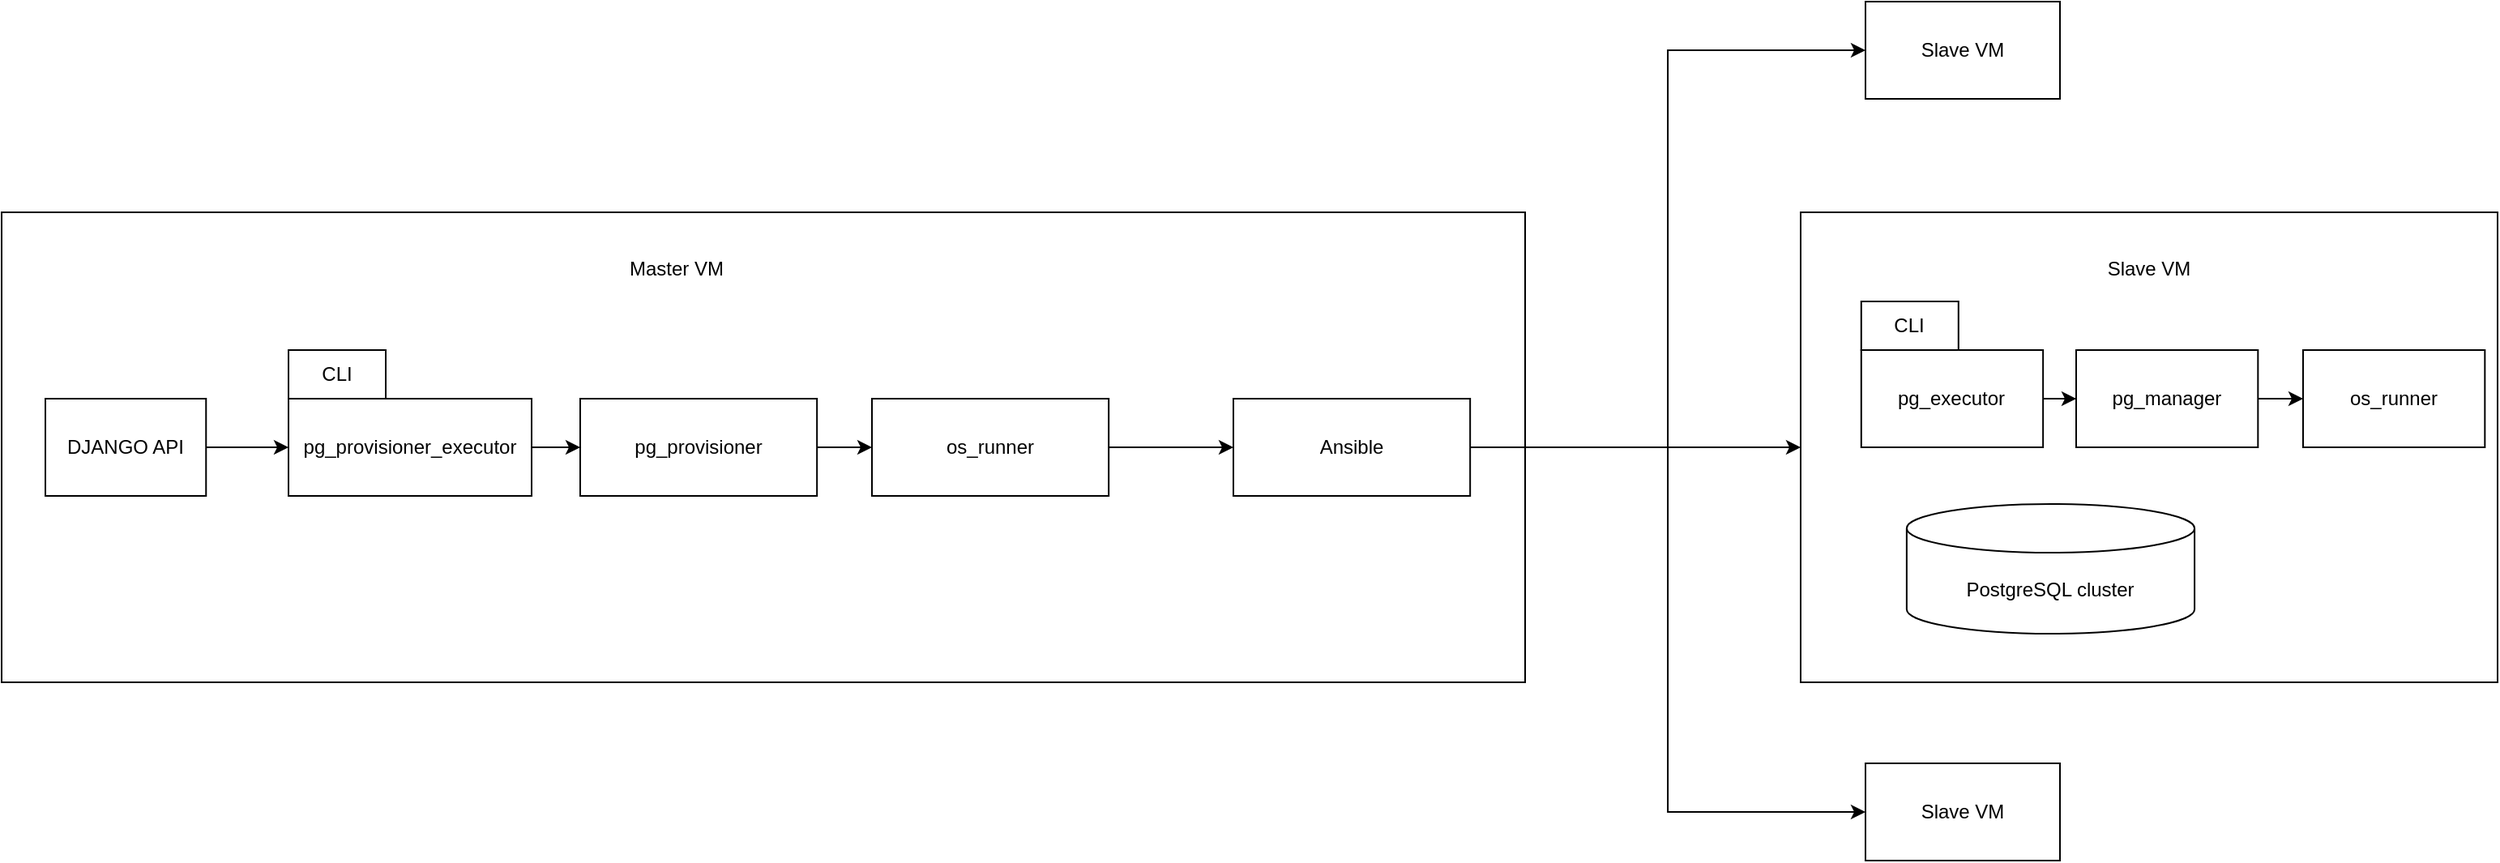
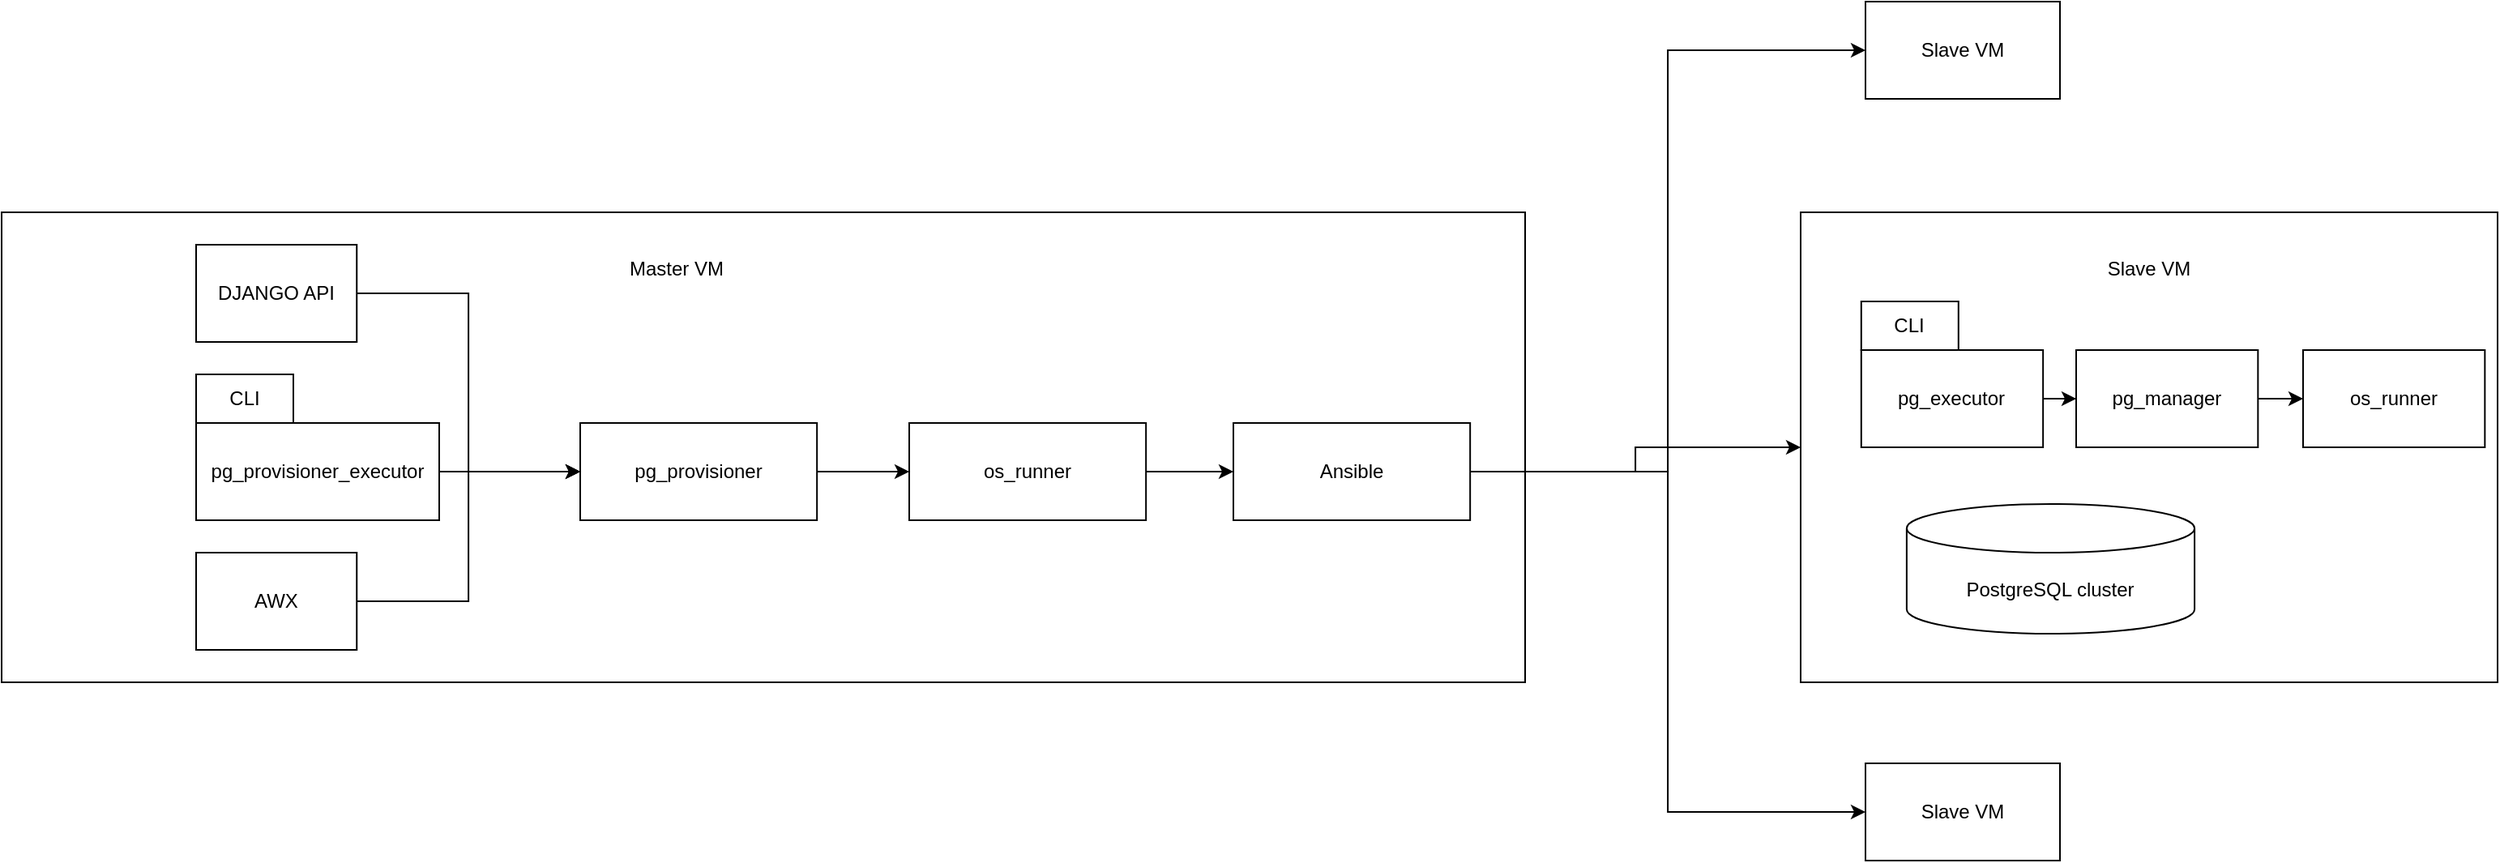
<mxfile host="app.diagrams.net">
  <diagram name="Page-1" id="cLOvqCLRjx4fJQ54lgcg">
-     <mxGraphModel dx="2491" dy="914" grid="1" gridSize="10" guides="1" tooltips="1" connect="1" arrows="1" fold="1" page="1" pageScale="1" pageWidth="827" pageHeight="1169" math="0" shadow="0">
+     <mxGraphModel dx="2398" dy="863" grid="1" gridSize="10" guides="1" tooltips="1" connect="1" arrows="1" fold="1" page="1" pageScale="1" pageWidth="827" pageHeight="1169" math="0" shadow="0">
      <root>
        <mxCell id="0" />
        <mxCell id="1" parent="0" />
        <mxCell id="ZEulyScw2mOVDSOQwM1t-7" connectable="0" parent="1" style="group" value="" vertex="1">
          <mxGeometry height="290" width="430" x="840" y="480" as="geometry" />
        </mxCell>
        <mxCell id="ZEulyScw2mOVDSOQwM1t-5" parent="ZEulyScw2mOVDSOQwM1t-7" style="rounded=0;whiteSpace=wrap;html=1;" value="" vertex="1">
          <mxGeometry height="290" width="430" as="geometry" />
        </mxCell>
        <mxCell id="ZEulyScw2mOVDSOQwM1t-6" parent="ZEulyScw2mOVDSOQwM1t-7" style="text;html=1;whiteSpace=wrap;strokeColor=none;fillColor=none;align=center;verticalAlign=middle;rounded=0;" value="Slave VM" vertex="1">
          <mxGeometry height="30" width="56.08695652173913" x="186.9565217391304" y="20" as="geometry" />
        </mxCell>
        <mxCell id="ZEulyScw2mOVDSOQwM1t-23" edge="1" parent="ZEulyScw2mOVDSOQwM1t-7" source="ZEulyScw2mOVDSOQwM1t-2" style="edgeStyle=orthogonalEdgeStyle;rounded=0;orthogonalLoop=1;jettySize=auto;html=1;exitX=1;exitY=0.5;exitDx=0;exitDy=0;" target="ZEulyScw2mOVDSOQwM1t-3">
          <mxGeometry relative="1" as="geometry" />
        </mxCell>
        <mxCell id="ZEulyScw2mOVDSOQwM1t-2" parent="ZEulyScw2mOVDSOQwM1t-7" style="rounded=0;whiteSpace=wrap;html=1;" value="pg_executor" vertex="1">
          <mxGeometry height="60" width="112.17391304347827" x="37.391304347826086" y="85" as="geometry" />
        </mxCell>
        <mxCell id="ZEulyScw2mOVDSOQwM1t-35" edge="1" parent="ZEulyScw2mOVDSOQwM1t-7" source="ZEulyScw2mOVDSOQwM1t-3" style="edgeStyle=orthogonalEdgeStyle;rounded=0;orthogonalLoop=1;jettySize=auto;html=1;exitX=1;exitY=0.5;exitDx=0;exitDy=0;entryX=0;entryY=0.5;entryDx=0;entryDy=0;" target="ZEulyScw2mOVDSOQwM1t-34">
          <mxGeometry relative="1" as="geometry" />
        </mxCell>
        <mxCell id="ZEulyScw2mOVDSOQwM1t-3" parent="ZEulyScw2mOVDSOQwM1t-7" style="rounded=0;whiteSpace=wrap;html=1;" value="pg_manager" vertex="1">
          <mxGeometry height="60" width="112.17391304347827" x="169.9965217391304" y="85" as="geometry" />
        </mxCell>
        <mxCell id="ZEulyScw2mOVDSOQwM1t-8" parent="ZEulyScw2mOVDSOQwM1t-7" style="shape=cylinder3;whiteSpace=wrap;html=1;boundedLbl=1;backgroundOutline=1;size=15;" value="PostgreSQL cluster" vertex="1">
          <mxGeometry height="80" width="177.6086956521739" x="65.43478260869566" y="180" as="geometry" />
        </mxCell>
        <mxCell id="ZEulyScw2mOVDSOQwM1t-28" parent="ZEulyScw2mOVDSOQwM1t-7" style="text;html=1;whiteSpace=wrap;strokeColor=default;fillColor=none;align=center;verticalAlign=middle;rounded=0;" value="CLI" vertex="1">
          <mxGeometry height="30" width="60" x="37.389999999999986" y="55" as="geometry" />
        </mxCell>
        <mxCell id="ZEulyScw2mOVDSOQwM1t-34" parent="ZEulyScw2mOVDSOQwM1t-7" style="rounded=0;whiteSpace=wrap;html=1;" value="os_runner" vertex="1">
          <mxGeometry height="60" width="112.17391304347827" x="309.9965217391304" y="85" as="geometry" />
        </mxCell>
        <mxCell id="ZEulyScw2mOVDSOQwM1t-9" connectable="0" parent="1" style="group" value="" vertex="1">
          <mxGeometry height="290" width="560" x="110" y="480" as="geometry" />
        </mxCell>
        <mxCell id="ZEulyScw2mOVDSOQwM1t-10" parent="ZEulyScw2mOVDSOQwM1t-9" style="rounded=0;whiteSpace=wrap;html=1;" value="" vertex="1">
          <mxGeometry height="290" width="940" x="-380" as="geometry" />
        </mxCell>
        <mxCell id="ZEulyScw2mOVDSOQwM1t-11" parent="ZEulyScw2mOVDSOQwM1t-9" style="text;html=1;whiteSpace=wrap;strokeColor=none;fillColor=none;align=center;verticalAlign=middle;rounded=0;" value="Master VM" vertex="1">
          <mxGeometry height="30" width="73.04347826086956" x="0.47826086956524705" y="20" as="geometry" />
        </mxCell>
        <mxCell id="ZEulyScw2mOVDSOQwM1t-36" edge="1" parent="ZEulyScw2mOVDSOQwM1t-9" source="ZEulyScw2mOVDSOQwM1t-13" style="edgeStyle=orthogonalEdgeStyle;rounded=0;orthogonalLoop=1;jettySize=auto;html=1;exitX=1;exitY=0.5;exitDx=0;exitDy=0;entryX=0;entryY=0.5;entryDx=0;entryDy=0;" target="ZEulyScw2mOVDSOQwM1t-33">
          <mxGeometry relative="1" as="geometry" />
        </mxCell>
        <mxCell id="ZEulyScw2mOVDSOQwM1t-13" parent="ZEulyScw2mOVDSOQwM1t-9" style="rounded=0;whiteSpace=wrap;html=1;" value="pg_provisioner" vertex="1">
-           <mxGeometry height="60" width="146.08695652173913" x="-23.004347826086928" y="115" as="geometry" />
-         </mxCell>
-         <mxCell id="ZEulyScw2mOVDSOQwM1t-32" edge="1" parent="ZEulyScw2mOVDSOQwM1t-9" source="ZEulyScw2mOVDSOQwM1t-29" style="edgeStyle=orthogonalEdgeStyle;rounded=0;orthogonalLoop=1;jettySize=auto;html=1;exitX=1;exitY=0.5;exitDx=0;exitDy=0;entryX=0;entryY=0.5;entryDx=0;entryDy=0;" target="ZEulyScw2mOVDSOQwM1t-13">
-           <mxGeometry relative="1" as="geometry" />
-         </mxCell>
-         <mxCell id="ZEulyScw2mOVDSOQwM1t-29" parent="ZEulyScw2mOVDSOQwM1t-9" style="rounded=0;whiteSpace=wrap;html=1;" value="pg_provisioner_executor" vertex="1">
-           <mxGeometry height="60" width="150" x="-203" y="115" as="geometry" />
-         </mxCell>
-         <mxCell id="ZEulyScw2mOVDSOQwM1t-30" parent="ZEulyScw2mOVDSOQwM1t-9" style="text;html=1;whiteSpace=wrap;strokeColor=default;fillColor=none;align=center;verticalAlign=middle;rounded=0;" value="CLI" vertex="1">
-           <mxGeometry height="30" width="60" x="-203" y="85" as="geometry" />
-         </mxCell>
-         <mxCell id="ZEulyScw2mOVDSOQwM1t-1" parent="ZEulyScw2mOVDSOQwM1t-9" style="rounded=0;whiteSpace=wrap;html=1;" value="DJANGO API" vertex="1">
-           <mxGeometry height="60" width="99.13" x="-353" y="115" as="geometry" />
-         </mxCell>
-         <mxCell id="ZEulyScw2mOVDSOQwM1t-31" edge="1" parent="ZEulyScw2mOVDSOQwM1t-9" source="ZEulyScw2mOVDSOQwM1t-1" style="edgeStyle=orthogonalEdgeStyle;rounded=0;orthogonalLoop=1;jettySize=auto;html=1;exitX=1;exitY=0.5;exitDx=0;exitDy=0;" target="ZEulyScw2mOVDSOQwM1t-29">
-           <mxGeometry relative="1" as="geometry" />
+           <mxGeometry height="60" width="146.08695652173913" x="-23.004347826086928" y="130" as="geometry" />
        </mxCell>
        <mxCell id="ZEulyScw2mOVDSOQwM1t-39" edge="1" parent="ZEulyScw2mOVDSOQwM1t-9" source="ZEulyScw2mOVDSOQwM1t-33" style="edgeStyle=orthogonalEdgeStyle;rounded=0;orthogonalLoop=1;jettySize=auto;html=1;exitX=1;exitY=0.5;exitDx=0;exitDy=0;" target="ZEulyScw2mOVDSOQwM1t-38">
          <mxGeometry relative="1" as="geometry" />
        </mxCell>
        <mxCell id="ZEulyScw2mOVDSOQwM1t-33" parent="ZEulyScw2mOVDSOQwM1t-9" style="rounded=0;whiteSpace=wrap;html=1;" value="os_runner" vertex="1">
-           <mxGeometry height="60" width="146.08695652173913" x="156.99565217391307" y="115" as="geometry" />
+           <mxGeometry height="60" width="146.08695652173913" x="179.99565217391307" y="130" as="geometry" />
        </mxCell>
        <mxCell id="ZEulyScw2mOVDSOQwM1t-38" parent="ZEulyScw2mOVDSOQwM1t-9" style="rounded=0;whiteSpace=wrap;html=1;" value="Ansible" vertex="1">
-           <mxGeometry height="60" width="146.08695652173913" x="379.9956521739131" y="115" as="geometry" />
+           <mxGeometry height="60" width="146.08695652173913" x="379.9956521739131" y="130" as="geometry" />
+         </mxCell>
+         <mxCell id="ZEulyScw2mOVDSOQwM1t-30" parent="ZEulyScw2mOVDSOQwM1t-9" style="text;html=1;whiteSpace=wrap;strokeColor=default;fillColor=none;align=center;verticalAlign=middle;rounded=0;" value="CLI" vertex="1">
+           <mxGeometry height="30" width="60" x="-260" y="100" as="geometry" />
+         </mxCell>
+         <mxCell id="jA53KYDc9CuyyDMKv3_h-2" edge="1" parent="ZEulyScw2mOVDSOQwM1t-9" source="ZEulyScw2mOVDSOQwM1t-29" style="edgeStyle=orthogonalEdgeStyle;rounded=0;orthogonalLoop=1;jettySize=auto;html=1;exitX=1;exitY=0.5;exitDx=0;exitDy=0;entryX=0;entryY=0.5;entryDx=0;entryDy=0;" target="ZEulyScw2mOVDSOQwM1t-13">
+           <mxGeometry relative="1" as="geometry" />
+         </mxCell>
+         <mxCell id="ZEulyScw2mOVDSOQwM1t-29" parent="ZEulyScw2mOVDSOQwM1t-9" style="rounded=0;whiteSpace=wrap;html=1;" value="pg_provisioner_executor" vertex="1">
+           <mxGeometry height="60" width="150" x="-260" y="130" as="geometry" />
+         </mxCell>
+         <mxCell id="jA53KYDc9CuyyDMKv3_h-5" edge="1" parent="ZEulyScw2mOVDSOQwM1t-9" source="jA53KYDc9CuyyDMKv3_h-1" style="edgeStyle=orthogonalEdgeStyle;rounded=0;orthogonalLoop=1;jettySize=auto;html=1;exitX=1;exitY=0.5;exitDx=0;exitDy=0;entryX=0;entryY=0.5;entryDx=0;entryDy=0;" target="ZEulyScw2mOVDSOQwM1t-13">
+           <mxGeometry relative="1" as="geometry" />
+         </mxCell>
+         <mxCell id="jA53KYDc9CuyyDMKv3_h-1" parent="ZEulyScw2mOVDSOQwM1t-9" style="rounded=0;whiteSpace=wrap;html=1;" value="AWX" vertex="1">
+           <mxGeometry height="60" width="99.13" x="-260" y="210" as="geometry" />
        </mxCell>
        <mxCell id="ZEulyScw2mOVDSOQwM1t-15" parent="1" style="rounded=0;whiteSpace=wrap;html=1;" value="Slave VM" vertex="1">
          <mxGeometry height="60" width="120" x="880" y="350" as="geometry" />
        </mxCell>
        <mxCell id="ZEulyScw2mOVDSOQwM1t-17" parent="1" style="rounded=0;whiteSpace=wrap;html=1;" value="Slave VM" vertex="1">
          <mxGeometry height="60" width="120" x="880" y="820" as="geometry" />
        </mxCell>
        <mxCell id="ZEulyScw2mOVDSOQwM1t-40" edge="1" parent="1" source="ZEulyScw2mOVDSOQwM1t-38" style="edgeStyle=orthogonalEdgeStyle;rounded=0;orthogonalLoop=1;jettySize=auto;html=1;exitX=1;exitY=0.5;exitDx=0;exitDy=0;entryX=0;entryY=0.5;entryDx=0;entryDy=0;" target="ZEulyScw2mOVDSOQwM1t-5">
          <mxGeometry relative="1" as="geometry" />
        </mxCell>
        <mxCell id="ZEulyScw2mOVDSOQwM1t-41" edge="1" parent="1" source="ZEulyScw2mOVDSOQwM1t-38" style="edgeStyle=orthogonalEdgeStyle;rounded=0;orthogonalLoop=1;jettySize=auto;html=1;exitX=1;exitY=0.5;exitDx=0;exitDy=0;entryX=0;entryY=0.5;entryDx=0;entryDy=0;" target="ZEulyScw2mOVDSOQwM1t-15">
          <mxGeometry relative="1" as="geometry" />
        </mxCell>
        <mxCell id="ZEulyScw2mOVDSOQwM1t-42" edge="1" parent="1" source="ZEulyScw2mOVDSOQwM1t-38" style="edgeStyle=orthogonalEdgeStyle;rounded=0;orthogonalLoop=1;jettySize=auto;html=1;exitX=1;exitY=0.5;exitDx=0;exitDy=0;entryX=0;entryY=0.5;entryDx=0;entryDy=0;" target="ZEulyScw2mOVDSOQwM1t-17">
          <mxGeometry relative="1" as="geometry" />
        </mxCell>
+         <mxCell id="jA53KYDc9CuyyDMKv3_h-3" edge="1" parent="1" source="ZEulyScw2mOVDSOQwM1t-1" style="edgeStyle=orthogonalEdgeStyle;rounded=0;orthogonalLoop=1;jettySize=auto;html=1;exitX=1;exitY=0.5;exitDx=0;exitDy=0;entryX=0;entryY=0.5;entryDx=0;entryDy=0;" target="ZEulyScw2mOVDSOQwM1t-13">
+           <mxGeometry relative="1" as="geometry" />
+         </mxCell>
+         <mxCell id="ZEulyScw2mOVDSOQwM1t-1" parent="1" style="rounded=0;whiteSpace=wrap;html=1;" value="DJANGO API" vertex="1">
+           <mxGeometry height="60" width="99.13" x="-150" y="500" as="geometry" />
+         </mxCell>
      </root>
    </mxGraphModel>
  </diagram>
</mxfile>
